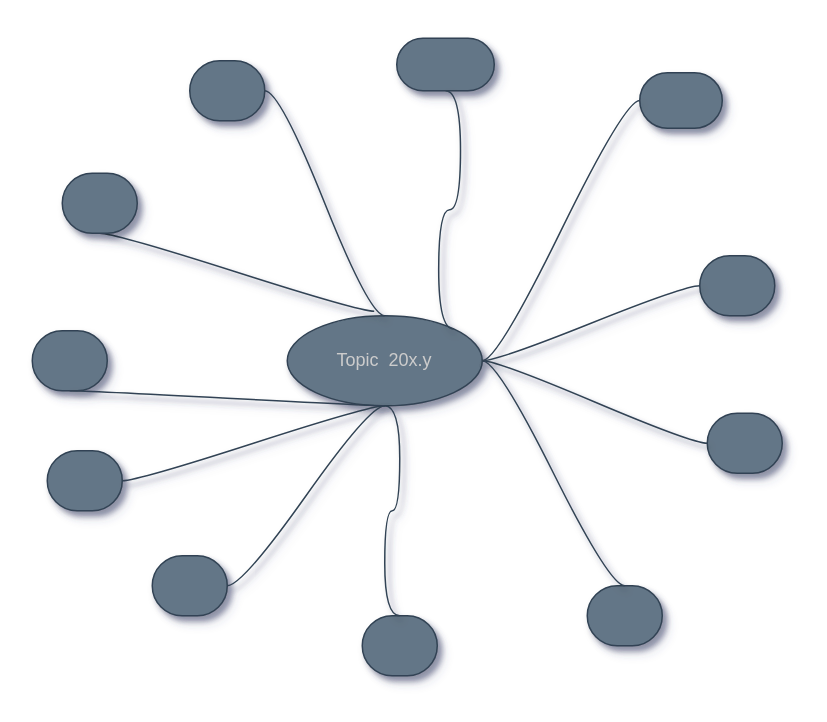
This is MindMaps/mindmap-208.2.drawio from marcossilvestrini/learning-lpic-2-202-450, a draw.io file, before an edit. Source tidied: cells renumbered, new cells numbered last; positions are measured from the earlier drawing's top-left corner, leaving out a move shared by most shapes. Both pictures are drawn from the tidied source at 150%, with x=0, y=0 at pixel (32, 38).
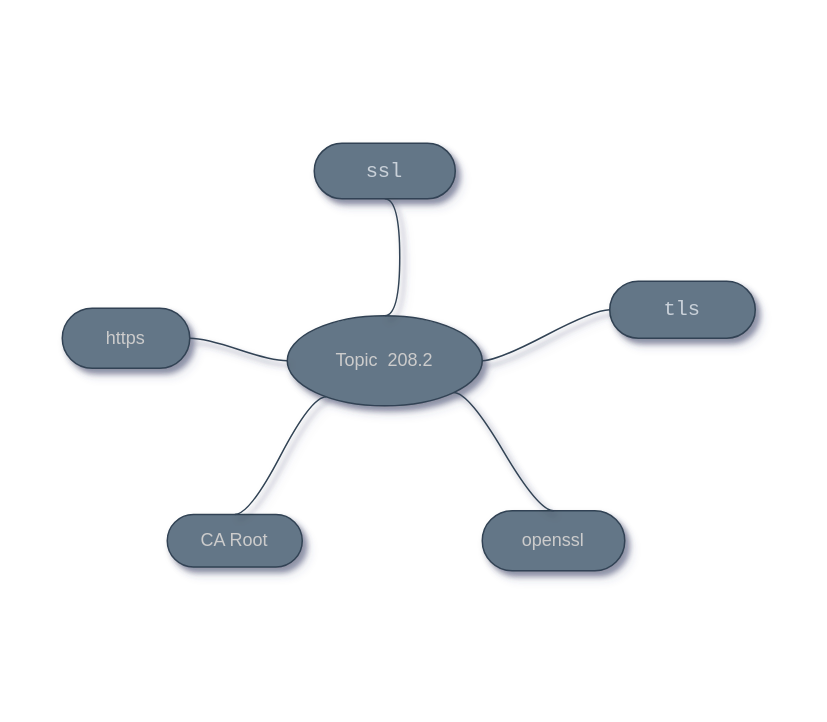
The same page after the edit.

Commit message (it also covers changes not shown here):
Start Pepilines

The edit, as a diff of the source:
```diff
@@
-    <mxCell id="2" value="Topic&amp;nbsp; 20x.y" style="ellipse;whiteSpace=wrap;html=1;align=center;newEdgeStyle={&quot;edgeStyle&quot;:&quot;entityRelationEdgeStyle&quot;,&quot;startArrow&quot;:&quot;none&quot;,&quot;endArrow&quot;:&quot;none&quot;,&quot;segment&quot;:10,&quot;curved&quot;:1};fillColor=#647687;fontColor=#CCCCCC;strokeColor=#314354;shadow=1;sketch=0;" parent="1" vertex="1">
+    <mxCell id="2" value="Topic&amp;nbsp; 208.2" style="ellipse;whiteSpace=wrap;html=1;align=center;newEdgeStyle={&quot;edgeStyle&quot;:&quot;entityRelationEdgeStyle&quot;,&quot;startArrow&quot;:&quot;none&quot;,&quot;endArrow&quot;:&quot;none&quot;,&quot;segment&quot;:10,&quot;curved&quot;:1};fillColor=#647687;fontColor=#CCCCCC;strokeColor=#314354;shadow=1;sketch=0;" parent="1" vertex="1">
       <mxGeometry x="170" y="185" width="130" height="60" as="geometry" />
     </mxCell>
-    <mxCell id="3" style="whiteSpace=wrap;html=1;rounded=1;arcSize=50;align=center;verticalAlign=middle;strokeWidth=1;spacing=4;newEdgeStyle={&quot;edgeStyle&quot;:&quot;entityRelationEdgeStyle&quot;,&quot;startArrow&quot;:&quot;none&quot;,&quot;endArrow&quot;:&quot;none&quot;,&quot;segment&quot;:10,&quot;curved&quot;:1};fillColor=#647687;fontColor=#CCCCCC;strokeColor=#314354;shadow=1;sketch=0;" parent="1" vertex="1">
-      <mxGeometry x="10" y="275" width="50" height="40" as="geometry" />
-    </mxCell>
-    <mxCell id="4" style="edgeStyle=entityRelationEdgeStyle;startArrow=none;endArrow=none;segment=10;curved=1;exitX=0.5;exitY=1;exitDx=0;exitDy=0;fillColor=#647687;strokeColor=#314354;shadow=1;fontColor=#CCCCCC;sketch=0;entryX=1;entryY=0.5;entryDx=0;entryDy=0;" parent="1" edge="1" source="2" target="3">
-      <mxGeometry relative="1" as="geometry" />
-    </mxCell>
-    <mxCell id="5" value="&lt;pre style=&quot;box-sizing: border-box ; font-family: , , &amp;#34;sf mono&amp;#34; , &amp;#34;menlo&amp;#34; , &amp;#34;consolas&amp;#34; , &amp;#34;liberation mono&amp;#34; , monospace ; font-size: 13.6px ; margin-top: 0px ; margin-bottom: 0px ; overflow-wrap: normal ; padding: 16px ; overflow: auto ; line-height: 1.45 ; border-radius: 6px ; word-break: normal ; color: rgb(201 , 209 , 217)&quot;&gt;&lt;br&gt;&lt;/pre&gt;" style="whiteSpace=wrap;html=1;rounded=1;arcSize=50;align=center;verticalAlign=middle;strokeWidth=1;spacing=4;newEdgeStyle={&quot;edgeStyle&quot;:&quot;entityRelationEdgeStyle&quot;,&quot;startArrow&quot;:&quot;none&quot;,&quot;endArrow&quot;:&quot;none&quot;,&quot;segment&quot;:10,&quot;curved&quot;:1};fillColor=#647687;fontColor=#CCCCCC;strokeColor=#314354;shadow=1;sketch=0;" parent="1" vertex="1">
-      <mxGeometry x="243" width="65" height="35" as="geometry" />
+    <mxCell id="5" value="&lt;pre style=&quot;box-sizing: border-box ; font-family: , , &amp;quot;sf mono&amp;quot; , &amp;quot;menlo&amp;quot; , &amp;quot;consolas&amp;quot; , &amp;quot;liberation mono&amp;quot; , monospace ; font-size: 13.6px ; margin-top: 0px ; margin-bottom: 0px ; overflow-wrap: normal ; padding: 16px ; overflow: auto ; line-height: 1.45 ; border-radius: 6px ; word-break: normal ; color: rgb(201 , 209 , 217)&quot;&gt;ssl&lt;/pre&gt;" style="whiteSpace=wrap;html=1;rounded=1;arcSize=50;align=center;verticalAlign=middle;strokeWidth=1;spacing=4;newEdgeStyle={&quot;edgeStyle&quot;:&quot;entityRelationEdgeStyle&quot;,&quot;startArrow&quot;:&quot;none&quot;,&quot;endArrow&quot;:&quot;none&quot;,&quot;segment&quot;:10,&quot;curved&quot;:1};fillColor=#647687;fontColor=#CCCCCC;strokeColor=#314354;shadow=1;sketch=0;" parent="1" vertex="1">
+      <mxGeometry x="188" y="70" width="94" height="37" as="geometry" />
     </mxCell>
-    <mxCell id="6" style="edgeStyle=entityRelationEdgeStyle;startArrow=none;endArrow=none;segment=10;curved=1;exitX=1;exitY=0;exitDx=0;exitDy=0;fillColor=#647687;strokeColor=#314354;fontColor=#CCCCCC;shadow=1;sketch=0;entryX=0.5;entryY=1;entryDx=0;entryDy=0;" parent="1" edge="1" source="2" target="5">
+    <mxCell id="6" style="edgeStyle=entityRelationEdgeStyle;startArrow=none;endArrow=none;segment=10;curved=1;exitX=0.5;exitY=0;exitDx=0;exitDy=0;fillColor=#647687;strokeColor=#314354;fontColor=#CCCCCC;shadow=1;sketch=0;entryX=0.5;entryY=1;entryDx=0;entryDy=0;" parent="1" edge="1" source="2" target="5">
       <mxGeometry relative="1" as="geometry" />
     </mxCell>
-    <mxCell id="7" style="edgeStyle=entityRelationEdgeStyle;startArrow=none;endArrow=none;segment=10;curved=1;exitX=0.446;exitY=-0.05;exitDx=0;exitDy=0;fillColor=#647687;strokeColor=#314354;shadow=1;fontColor=#CCCCCC;sketch=0;entryX=0.5;entryY=1;entryDx=0;entryDy=0;exitPerimeter=0;" parent="1" edge="1" source="2" target="24">
-      <mxGeometry relative="1" as="geometry" />
-    </mxCell>
-    <mxCell id="8" value="&lt;pre style=&quot;box-sizing: border-box ; font-family: , , &amp;#34;sf mono&amp;#34; , &amp;#34;menlo&amp;#34; , &amp;#34;consolas&amp;#34; , &amp;#34;liberation mono&amp;#34; , monospace ; font-size: 13.6px ; margin-top: 0px ; margin-bottom: 0px ; overflow-wrap: normal ; padding: 16px ; overflow: auto ; line-height: 1.45 ; border-radius: 6px ; word-break: normal ; color: rgb(201 , 209 , 217)&quot;&gt;&lt;br&gt;&lt;/pre&gt;" style="whiteSpace=wrap;html=1;rounded=1;arcSize=50;align=center;verticalAlign=middle;strokeWidth=1;spacing=4;newEdgeStyle={&quot;edgeStyle&quot;:&quot;entityRelationEdgeStyle&quot;,&quot;startArrow&quot;:&quot;none&quot;,&quot;endArrow&quot;:&quot;none&quot;,&quot;segment&quot;:10,&quot;curved&quot;:1};fillColor=#647687;fontColor=#CCCCCC;strokeColor=#314354;shadow=1;sketch=0;" parent="1" vertex="1">
-      <mxGeometry x="405" y="23" width="55" height="37" as="geometry" />
+    <mxCell id="8" value="&lt;pre style=&quot;box-sizing: border-box ; font-family: , , &amp;quot;sf mono&amp;quot; , &amp;quot;menlo&amp;quot; , &amp;quot;consolas&amp;quot; , &amp;quot;liberation mono&amp;quot; , monospace ; font-size: 13.6px ; margin-top: 0px ; margin-bottom: 0px ; overflow-wrap: normal ; padding: 16px ; overflow: auto ; line-height: 1.45 ; border-radius: 6px ; word-break: normal ; color: rgb(201 , 209 , 217)&quot;&gt;tls&lt;/pre&gt;" style="whiteSpace=wrap;html=1;rounded=1;arcSize=50;align=center;verticalAlign=middle;strokeWidth=1;spacing=4;newEdgeStyle={&quot;edgeStyle&quot;:&quot;entityRelationEdgeStyle&quot;,&quot;startArrow&quot;:&quot;none&quot;,&quot;endArrow&quot;:&quot;none&quot;,&quot;segment&quot;:10,&quot;curved&quot;:1};fillColor=#647687;fontColor=#CCCCCC;strokeColor=#314354;shadow=1;sketch=0;" parent="1" vertex="1">
+      <mxGeometry x="385" y="162" width="97" height="38" as="geometry" />
     </mxCell>
@@
-    <mxCell id="10" style="whiteSpace=wrap;html=1;rounded=1;arcSize=50;align=center;verticalAlign=middle;strokeWidth=1;spacing=4;newEdgeStyle={&quot;edgeStyle&quot;:&quot;entityRelationEdgeStyle&quot;,&quot;startArrow&quot;:&quot;none&quot;,&quot;endArrow&quot;:&quot;none&quot;,&quot;segment&quot;:10,&quot;curved&quot;:1};fillColor=#647687;fontColor=#CCCCCC;strokeColor=#314354;shadow=1;sketch=0;" parent="1" vertex="1">
-      <mxGeometry x="220" y="385" width="50" height="40" as="geometry" />
-    </mxCell>
-    <mxCell id="11" style="edgeStyle=entityRelationEdgeStyle;startArrow=none;endArrow=none;segment=10;curved=1;exitX=0.5;exitY=1;exitDx=0;exitDy=0;fillColor=#647687;strokeColor=#314354;shadow=1;fontColor=#CCCCCC;sketch=0;entryX=0.5;entryY=0;entryDx=0;entryDy=0;" parent="1" edge="1" source="2" target="10">
-      <mxGeometry relative="1" as="geometry" />
-    </mxCell>
-    <mxCell id="12" style="whiteSpace=wrap;html=1;rounded=1;arcSize=50;align=center;verticalAlign=middle;strokeWidth=1;spacing=4;newEdgeStyle={&quot;edgeStyle&quot;:&quot;entityRelationEdgeStyle&quot;,&quot;startArrow&quot;:&quot;none&quot;,&quot;endArrow&quot;:&quot;none&quot;,&quot;segment&quot;:10,&quot;curved&quot;:1};fillColor=#647687;fontColor=#CCCCCC;strokeColor=#314354;shadow=1;sketch=0;" parent="1" vertex="1">
-      <mxGeometry x="450" y="250" width="50" height="40" as="geometry" />
+    <mxCell id="12" value="CA Root" style="whiteSpace=wrap;html=1;rounded=1;arcSize=50;align=center;verticalAlign=middle;strokeWidth=1;spacing=4;newEdgeStyle={&quot;edgeStyle&quot;:&quot;entityRelationEdgeStyle&quot;,&quot;startArrow&quot;:&quot;none&quot;,&quot;endArrow&quot;:&quot;none&quot;,&quot;segment&quot;:10,&quot;curved&quot;:1};fillColor=#647687;fontColor=#CCCCCC;strokeColor=#314354;shadow=1;sketch=0;" parent="1" vertex="1">
+      <mxGeometry x="90" y="317.5" width="90" height="35" as="geometry" />
     </mxCell>
-    <mxCell id="13" style="edgeStyle=entityRelationEdgeStyle;startArrow=none;endArrow=none;segment=10;curved=1;exitX=1;exitY=0.5;exitDx=0;exitDy=0;fillColor=#647687;strokeColor=#314354;shadow=1;fontColor=#CCCCCC;sketch=0;" parent="1" edge="1" source="2" target="12">
+    <mxCell id="13" style="edgeStyle=entityRelationEdgeStyle;startArrow=none;endArrow=none;segment=10;curved=1;exitX=0.2;exitY=0.9;exitDx=0;exitDy=0;fillColor=#647687;strokeColor=#314354;shadow=1;fontColor=#CCCCCC;sketch=0;exitPerimeter=0;entryX=0.5;entryY=0;entryDx=0;entryDy=0;" parent="1" edge="1" source="2" target="12">
       <mxGeometry relative="1" as="geometry" />
     </mxCell>
-    <mxCell id="14" style="whiteSpace=wrap;html=1;rounded=1;arcSize=50;align=center;verticalAlign=middle;strokeWidth=1;spacing=4;newEdgeStyle={&quot;edgeStyle&quot;:&quot;entityRelationEdgeStyle&quot;,&quot;startArrow&quot;:&quot;none&quot;,&quot;endArrow&quot;:&quot;none&quot;,&quot;segment&quot;:10,&quot;curved&quot;:1};fillColor=#647687;fontColor=#CCCCCC;strokeColor=#314354;shadow=1;sketch=0;" parent="1" vertex="1">
-      <mxGeometry x="445" y="145" width="50" height="40" as="geometry" />
+    <mxCell id="14" value="openssl" style="whiteSpace=wrap;html=1;rounded=1;arcSize=50;align=center;verticalAlign=middle;strokeWidth=1;spacing=4;newEdgeStyle={&quot;edgeStyle&quot;:&quot;entityRelationEdgeStyle&quot;,&quot;startArrow&quot;:&quot;none&quot;,&quot;endArrow&quot;:&quot;none&quot;,&quot;segment&quot;:10,&quot;curved&quot;:1};fillColor=#647687;fontColor=#CCCCCC;strokeColor=#314354;shadow=1;sketch=0;" parent="1" vertex="1">
+      <mxGeometry x="300" y="315" width="95" height="40" as="geometry" />
     </mxCell>
-    <mxCell id="15" style="edgeStyle=entityRelationEdgeStyle;startArrow=none;endArrow=none;segment=10;curved=1;exitX=1;exitY=0.5;exitDx=0;exitDy=0;fillColor=#647687;strokeColor=#314354;shadow=1;fontColor=#CCCCCC;sketch=0;" parent="1" edge="1" source="2" target="14">
+    <mxCell id="15" style="edgeStyle=entityRelationEdgeStyle;startArrow=none;endArrow=none;segment=10;curved=1;exitX=1;exitY=1;exitDx=0;exitDy=0;fillColor=#647687;strokeColor=#314354;shadow=1;fontColor=#CCCCCC;sketch=0;entryX=0.5;entryY=0;entryDx=0;entryDy=0;" parent="1" edge="1" source="2" target="14">
       <mxGeometry relative="1" as="geometry" />
     </mxCell>
-    <mxCell id="16" style="whiteSpace=wrap;html=1;rounded=1;arcSize=50;align=center;verticalAlign=middle;strokeWidth=1;spacing=4;newEdgeStyle={&quot;edgeStyle&quot;:&quot;entityRelationEdgeStyle&quot;,&quot;startArrow&quot;:&quot;none&quot;,&quot;endArrow&quot;:&quot;none&quot;,&quot;segment&quot;:10,&quot;curved&quot;:1};fillColor=#647687;fontColor=#CCCCCC;strokeColor=#314354;shadow=1;sketch=0;" parent="1" vertex="1">
-      <mxGeometry x="370" y="365" width="50" height="40" as="geometry" />
-    </mxCell>
-    <mxCell id="17" style="edgeStyle=entityRelationEdgeStyle;startArrow=none;endArrow=none;segment=10;curved=1;exitX=1;exitY=0.5;exitDx=0;exitDy=0;fillColor=#647687;strokeColor=#314354;shadow=1;fontColor=#CCCCCC;sketch=0;entryX=0.5;entryY=0;entryDx=0;entryDy=0;" parent="1" edge="1" source="2" target="16">
-      <mxGeometry relative="1" as="geometry" />
-    </mxCell>
-    <mxCell id="18" style="whiteSpace=wrap;html=1;rounded=1;arcSize=50;align=center;verticalAlign=middle;strokeWidth=1;spacing=4;newEdgeStyle={&quot;edgeStyle&quot;:&quot;entityRelationEdgeStyle&quot;,&quot;startArrow&quot;:&quot;none&quot;,&quot;endArrow&quot;:&quot;none&quot;,&quot;segment&quot;:10,&quot;curved&quot;:1};fillColor=#647687;fontColor=#CCCCCC;strokeColor=#314354;shadow=1;sketch=0;" parent="1" vertex="1">
-      <mxGeometry x="80" y="345" width="50" height="40" as="geometry" />
-    </mxCell>
-    <mxCell id="19" style="edgeStyle=entityRelationEdgeStyle;startArrow=none;endArrow=none;segment=10;curved=1;exitX=0.5;exitY=1;exitDx=0;exitDy=0;fillColor=#647687;strokeColor=#314354;shadow=1;fontColor=#CCCCCC;sketch=0;entryX=1;entryY=0.5;entryDx=0;entryDy=0;" parent="1" edge="1" source="2" target="18">
-      <mxGeometry relative="1" as="geometry" />
-    </mxCell>
-    <mxCell id="20" style="whiteSpace=wrap;html=1;rounded=1;arcSize=50;align=center;verticalAlign=middle;strokeWidth=1;spacing=4;newEdgeStyle={&quot;edgeStyle&quot;:&quot;entityRelationEdgeStyle&quot;,&quot;startArrow&quot;:&quot;none&quot;,&quot;endArrow&quot;:&quot;none&quot;,&quot;segment&quot;:10,&quot;curved&quot;:1};fillColor=#647687;fontColor=#CCCCCC;strokeColor=#314354;shadow=1;sketch=0;" parent="1" vertex="1">
-      <mxGeometry y="195" width="50" height="40" as="geometry" />
-    </mxCell>
-    <mxCell id="21" style="edgeStyle=entityRelationEdgeStyle;startArrow=none;endArrow=none;segment=10;curved=1;exitX=0.5;exitY=1;exitDx=0;exitDy=0;fillColor=#647687;strokeColor=#314354;shadow=1;fontColor=#CCCCCC;sketch=0;entryX=0.5;entryY=1;entryDx=0;entryDy=0;" parent="1" edge="1" source="2" target="20">
-      <mxGeometry relative="1" as="geometry" />
-    </mxCell>
-    <mxCell id="22" style="whiteSpace=wrap;html=1;rounded=1;arcSize=50;align=center;verticalAlign=middle;strokeWidth=1;spacing=4;newEdgeStyle={&quot;edgeStyle&quot;:&quot;entityRelationEdgeStyle&quot;,&quot;startArrow&quot;:&quot;none&quot;,&quot;endArrow&quot;:&quot;none&quot;,&quot;segment&quot;:10,&quot;curved&quot;:1};fillColor=#647687;fontColor=#CCCCCC;strokeColor=#314354;shadow=1;sketch=0;" parent="1" vertex="1">
-      <mxGeometry x="105" y="15" width="50" height="40" as="geometry" />
+    <mxCell id="22" value="https" style="whiteSpace=wrap;html=1;rounded=1;arcSize=50;align=center;verticalAlign=middle;strokeWidth=1;spacing=4;newEdgeStyle={&quot;edgeStyle&quot;:&quot;entityRelationEdgeStyle&quot;,&quot;startArrow&quot;:&quot;none&quot;,&quot;endArrow&quot;:&quot;none&quot;,&quot;segment&quot;:10,&quot;curved&quot;:1};fillColor=#647687;fontColor=#CCCCCC;strokeColor=#314354;shadow=1;sketch=0;" parent="1" vertex="1">
+      <mxGeometry x="20" y="180" width="85" height="40" as="geometry" />
     </mxCell>
-    <mxCell id="23" style="edgeStyle=entityRelationEdgeStyle;startArrow=none;endArrow=none;segment=10;curved=1;exitX=0.5;exitY=0;exitDx=0;exitDy=0;fillColor=#647687;strokeColor=#314354;shadow=1;fontColor=#CCCCCC;sketch=0;entryX=1;entryY=0.5;entryDx=0;entryDy=0;" parent="1" edge="1" source="2" target="22">
+    <mxCell id="23" style="edgeStyle=entityRelationEdgeStyle;startArrow=none;endArrow=none;segment=10;curved=1;exitX=0;exitY=0.5;exitDx=0;exitDy=0;fillColor=#647687;strokeColor=#314354;shadow=1;fontColor=#CCCCCC;sketch=0;entryX=1;entryY=0.5;entryDx=0;entryDy=0;" parent="1" edge="1" source="2" target="22">
       <mxGeometry relative="1" as="geometry" />
     </mxCell>
-    <mxCell id="24" style="whiteSpace=wrap;html=1;rounded=1;arcSize=50;align=center;verticalAlign=middle;strokeWidth=1;spacing=4;newEdgeStyle={&quot;edgeStyle&quot;:&quot;entityRelationEdgeStyle&quot;,&quot;startArrow&quot;:&quot;none&quot;,&quot;endArrow&quot;:&quot;none&quot;,&quot;segment&quot;:10,&quot;curved&quot;:1};fillColor=#647687;fontColor=#CCCCCC;strokeColor=#314354;shadow=1;sketch=0;" parent="1" vertex="1">
-      <mxGeometry x="20" y="90" width="50" height="40" as="geometry" />
-    </mxCell>
```
